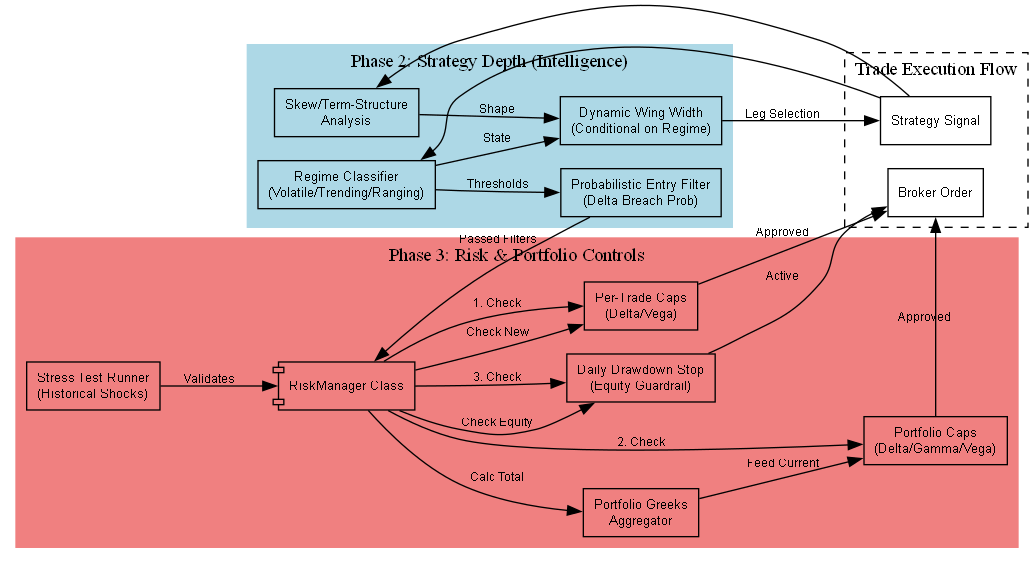
This is docs/architecture/phase2_phase3_architecture.png from trextrader/spy-iron-condor-trading, a Graphviz export, as it was before one commit. Its source is kept beside it as docs/architecture/phase2_phase3_architecture.dot. The source it was exported from:
```dot
digraph Phase2_Phase3_Architecture {
    rankdir=LR;
    node [shape=box, fontname="Arial", fontsize=10];
    edge [fontname="Arial", fontsize=9];

    subgraph cluster_Phase2 {
        label="Phase 2: Strategy Depth (Intelligence)";
        style=filled;
        color=lightblue;

        SkewAnalysis [label="Skew/Term-Structure\nAnalysis"];
        RegimeClassifier [label="Regime Classifier\n(Volatile/Trending/Ranging)"];
        WingWidthLogic [label="Dynamic Wing Width\n(Conditional on Regime)"];
        ProbFilter [label="Probabilistic Entry Filter\n(Delta Breach Prob)"];

        SkewAnalysis -> WingWidthLogic [label="Shape"];
        RegimeClassifier -> WingWidthLogic [label="State"];
        RegimeClassifier -> ProbFilter [label="Thresholds"];
    }

    subgraph cluster_Phase3 {
        label="Phase 3: Risk & Portfolio Controls";
        style=filled;
        color=lightcoral;

        RiskManager [label="RiskManager Class", shape=component];
        GreeksAggregator [label="Portfolio Greeks\nAggregator"];
        TradeCaps [label="Per-Trade Caps\n(Delta/Vega)"];
        PortCaps [label="Portfolio Caps\n(Delta/Gamma/Vega)"];
        DrawdownStop [label="Daily Drawdown Stop\n(Equity Guardrail)"];
        StressTest [label="Stress Test Runner\n(Historical Shocks)"];

        RiskManager -> GreeksAggregator [label="Calc Total"];
        GreeksAggregator -> PortCaps [label="Feed Current"];
        RiskManager -> TradeCaps [label="Check New"];
        RiskManager -> DrawdownStop [label="Check Equity"];
    }

    subgraph cluster_Execution {
        label="Trade Execution Flow";
        style=dashed;

        SignalGen [label="Strategy Signal"];
        OrderPlacement [label="Broker Order"];
    }

    # Connections
    SignalGen -> SkewAnalysis;
    SignalGen -> RegimeClassifier;

    ProbFilter -> RiskManager [label="Passed Filters"];

    RiskManager -> TradeCaps [label="1. Check"];
    RiskManager -> PortCaps [label="2. Check"];
    RiskManager -> DrawdownStop [label="3. Check"];

    TradeCaps -> OrderPlacement [label="Approved"];
    PortCaps -> OrderPlacement [label="Approved"];
    DrawdownStop -> OrderPlacement [label="Active"];

    WingWidthLogic -> SignalGen [label="Leg Selection"];

    StressTest -> RiskManager [label="Validates"];
}
```
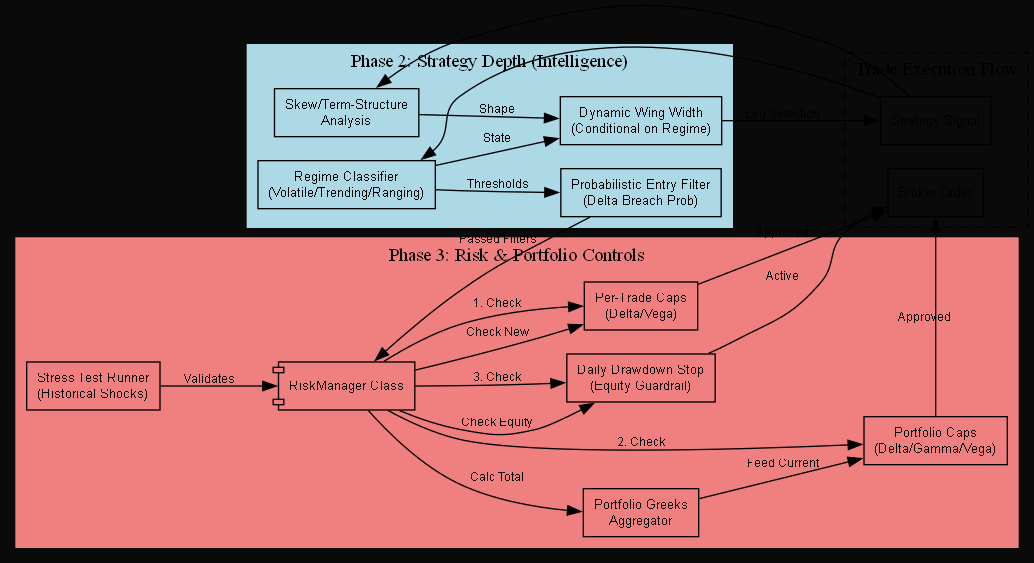
The same diagram one commit later.

The edit, as a diff of the source:
```diff
@@ -1,4 +1,5 @@
 digraph Phase2_Phase3_Architecture {
+    bgcolor="#0a0a0a";
     rankdir=LR;
     node [shape=box, fontname="Arial", fontsize=10];
     edge [fontname="Arial", fontsize=9];
```
